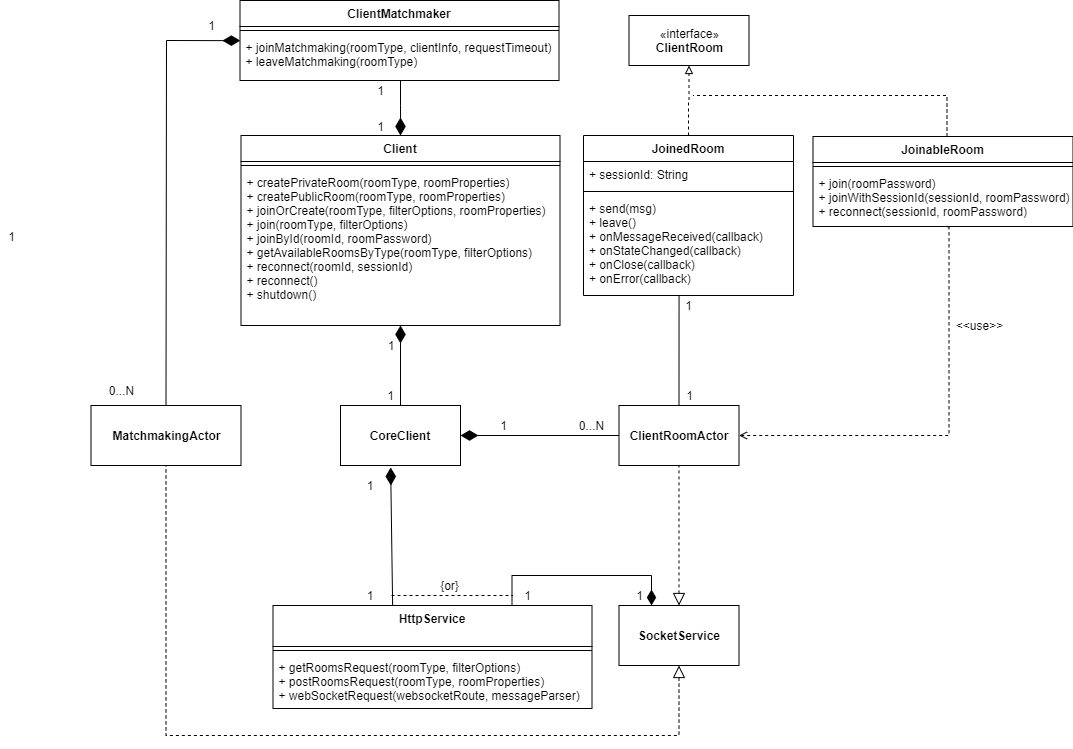
Before: doc/report/images/4-design/client_class.png, a diagram exported from draw.io (StefanoSalvatori/PPS-18-scala-omg). Source tidied: cells renumbered, new cells last; positions are measured from the earlier drawing's top-left corner, leaving out a move shared by most shapes.
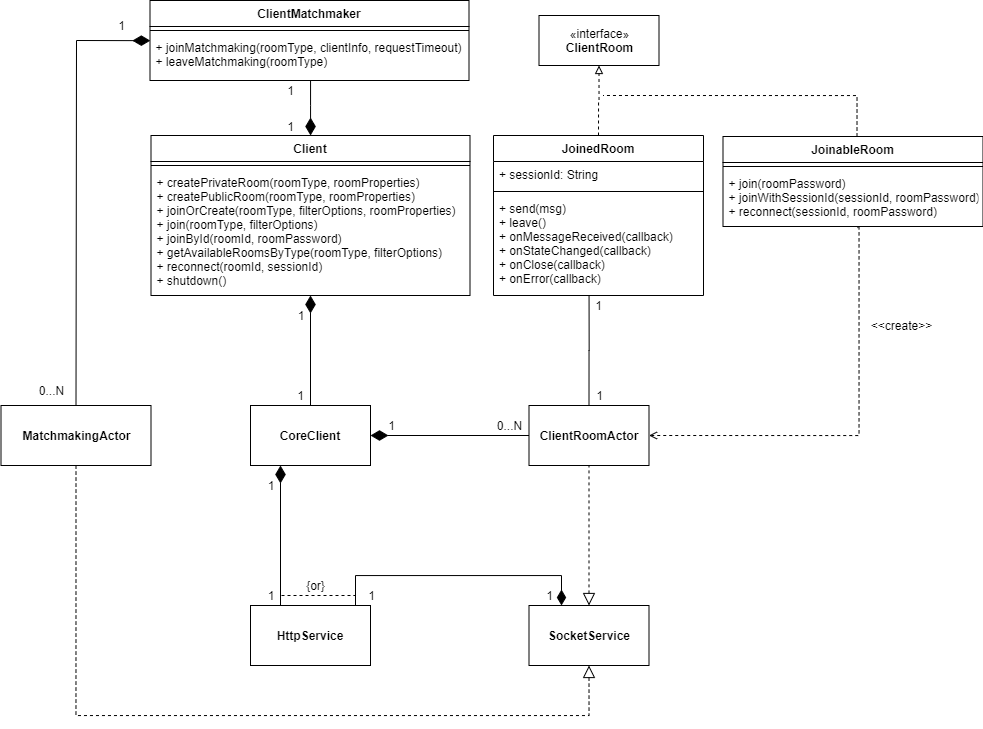
The same file after the commit.

Commit message:
client: architecture, design, room

Change to the diagram source:
```diff
@@ -34,11 +34,10 @@
     <mxCell id="8" value="&lt;b&gt;CoreClient&lt;/b&gt;" style="rounded=0;whiteSpace=wrap;html=1;" parent="1" vertex="1">
       <mxGeometry x="339" y="405" width="120" height="60" as="geometry" />
     </mxCell>
-    <mxCell id="9" style="edgeStyle=orthogonalEdgeStyle;rounded=0;jettySize=auto;html=1;exitX=0.75;exitY=0;exitDx=0;exitDy=0;endArrow=diamondThin;endFill=1;startSize=13;endSize=13;" parent="1" edge="1" target="22">
+    <mxCell id="9" style="edgeStyle=orthogonalEdgeStyle;rounded=0;jettySize=auto;html=1;exitX=0.75;exitY=0;exitDx=0;exitDy=0;endArrow=diamondThin;endFill=1;startSize=13;endSize=13;" parent="1" edge="1" source="41" target="22">
       <mxGeometry relative="1" as="geometry">
-        <mxPoint x="510.5" y="605" as="sourcePoint" />
         <Array as="points">
-          <mxPoint x="511" y="575" />
+          <mxPoint x="444" y="575" />
           <mxPoint x="650" y="575" />
         </Array>
       </mxGeometry>
@@ -62,10 +61,10 @@
       <mxGeometry relative="1" as="geometry" />
     </mxCell>
     <mxCell id="14" value="0...N" style="text;html=1;align=center;verticalAlign=middle;" parent="1" vertex="1">
-      <mxGeometry x="570" y="415" width="40" height="20" as="geometry" />
+      <mxGeometry x="577.5" y="415" width="40" height="20" as="geometry" />
     </mxCell>
     <mxCell id="15" value="1" style="text;html=1;align=center;verticalAlign=middle;" parent="1" vertex="1">
-      <mxGeometry x="492" y="415" width="20" height="20" as="geometry" />
+      <mxGeometry x="470" y="415" width="20" height="20" as="geometry" />
     </mxCell>
     <mxCell id="16" value="&lt;b&gt;MatchmakingActor&lt;/b&gt;" style="html=1;" parent="1" vertex="1">
       <mxGeometry x="89.5" y="405" width="150" height="60" as="geometry" />
@@ -73,8 +72,8 @@
     <mxCell id="17" style="edgeStyle=orthogonalEdgeStyle;rounded=0;jettySize=auto;html=1;entryX=0.5;entryY=1;entryDx=0;entryDy=0;startArrow=block;startFill=0;startSize=10;endArrow=none;endFill=0;endSize=13;strokeWidth=1;dashed=1;exitX=0.5;exitY=1;exitDx=0;exitDy=0;" parent="1" edge="1" source="22" target="16">
       <mxGeometry relative="1" as="geometry">
         <Array as="points">
-          <mxPoint x="678" y="735" />
-          <mxPoint x="165" y="735" />
+          <mxPoint x="678" y="715" />
+          <mxPoint x="164" y="715" />
         </Array>
       </mxGeometry>
     </mxCell>
@@ -96,37 +95,36 @@
       <mxGeometry x="617.5" y="605" width="120" height="60" as="geometry" />
     </mxCell>
     <mxCell id="23" value="1" style="text;html=1;align=center;verticalAlign=middle;" parent="1" vertex="1">
-      <mxGeometry x="515.5" y="585" width="20" height="20" as="geometry" />
+      <mxGeometry x="450" y="585" width="20" height="20" as="geometry" />
     </mxCell>
     <mxCell id="24" value="1" style="text;html=1;align=center;verticalAlign=middle;" parent="1" vertex="1">
       <mxGeometry x="627.5" y="585" width="20" height="20" as="geometry" />
     </mxCell>
-    <mxCell id="25" style="endArrow=none;dashed=1;html=1;" parent="1" edge="1">
+    <mxCell id="25" style="endArrow=none;dashed=1;html=1;exitX=0.75;exitY=0.5;exitDx=0;exitDy=0;exitPerimeter=0;" parent="1" edge="1" source="32">
       <mxGeometry relative="1" as="geometry">
-        <mxPoint x="390" y="595" as="sourcePoint" />
-        <mxPoint x="511.5" y="595" as="targetPoint" />
+        <mxPoint x="444" y="595" as="targetPoint" />
       </mxGeometry>
     </mxCell>
     <mxCell id="26" value="{or}" style="text;html=1;align=center;verticalAlign=middle;rotation=0;" parent="1" vertex="1">
-      <mxGeometry x="433" y="575" width="30" height="20" as="geometry" />
+      <mxGeometry x="389" y="575" width="30" height="20" as="geometry" />
     </mxCell>
     <mxCell id="27" style="endArrow=diamondThin;endFill=1;endSize=15;html=1;" parent="1" edge="1" source="8" target="40">
       <mxGeometry relative="1" as="geometry" />
     </mxCell>
     <mxCell id="28" value="1" style="text;html=1;strokeColor=none;fillColor=none;align=center;verticalAlign=middle;whiteSpace=wrap;rounded=0;" parent="1" vertex="1">
-      <mxGeometry x="374.5" y="335" width="30" height="20" as="geometry" />
+      <mxGeometry x="374.5" y="305" width="30" height="20" as="geometry" />
     </mxCell>
     <mxCell id="29" value="1" style="text;html=1;strokeColor=none;fillColor=none;align=center;verticalAlign=middle;whiteSpace=wrap;rounded=0;" parent="1" vertex="1">
       <mxGeometry x="380" y="385" width="19" height="20" as="geometry" />
     </mxCell>
-    <mxCell id="30" style="endArrow=diamondThin;endFill=1;endSize=15;html=1;exitX=0.375;exitY=0;exitDx=0;exitDy=0;entryX=0.418;entryY=1.033;entryDx=0;entryDy=0;entryPerimeter=0;exitPerimeter=0;" parent="1" edge="1" source="41" target="8">
+    <mxCell id="30" style="endArrow=diamondThin;endFill=1;endSize=15;html=1;exitX=0.25;exitY=0;exitDx=0;exitDy=0;entryX=0.25;entryY=1;entryDx=0;entryDy=0;" parent="1" edge="1" source="41" target="8">
       <mxGeometry relative="1" as="geometry" />
     </mxCell>
     <mxCell id="31" value="1" style="text;html=1;strokeColor=none;fillColor=none;align=center;verticalAlign=middle;whiteSpace=wrap;rounded=0;" parent="1" vertex="1">
-      <mxGeometry x="354" y="475" width="30" height="20" as="geometry" />
+      <mxGeometry x="344.5" y="475" width="30" height="20" as="geometry" />
     </mxCell>
     <mxCell id="32" value="1" style="text;html=1;strokeColor=none;fillColor=none;align=center;verticalAlign=middle;whiteSpace=wrap;rounded=0;" parent="1" vertex="1">
-      <mxGeometry x="349" y="585" width="40" height="20" as="geometry" />
+      <mxGeometry x="340" y="585" width="40" height="20" as="geometry" />
     </mxCell>
     <mxCell id="33" style="endArrow=none;html=1;startArrow=diamondThin;startFill=1;endSize=15;startSize=15;entryX=0.5;entryY=0;entryDx=0;entryDy=0;rounded=0;exitX=0.001;exitY=0.134;exitDx=0;exitDy=0;exitPerimeter=0;" parent="1" edge="1" source="21" target="16">
       <mxGeometry relative="1" as="geometry">
@@ -136,11 +134,8 @@
       </mxGeometry>
     </mxCell>
     <mxCell id="34" value="0...N" style="text;html=1;align=center;verticalAlign=middle;" parent="1" vertex="1">
-      <mxGeometry x="100" y="380" width="40" height="20" as="geometry" />
+      <mxGeometry x="120" y="380" width="40" height="20" as="geometry" />
     </mxCell>
-    <mxCell id="35" value="1" style="text;html=1;align=center;verticalAlign=middle;" parent="1" vertex="1">
-      <mxGeometry x="-0.5" y="226" width="20" height="20" as="geometry" />
-    </mxCell>
     <mxCell id="36" value="1" style="text;html=1;align=center;verticalAlign=middle;" parent="1" vertex="1">
       <mxGeometry x="677.5" y="385" width="20" height="20" as="geometry" />
     </mxCell>
@@ -148,25 +143,16 @@
       <mxGeometry x="677" y="295" width="20" height="20" as="geometry" />
     </mxCell>
     <mxCell id="38" value="Client" style="swimlane;fontStyle=1;align=center;verticalAlign=top;horizontal=1;startSize=26;" parent="1" vertex="1">
-      <mxGeometry x="239.5" y="135" width="319" height="190" as="geometry" />
+      <mxGeometry x="239.5" y="135" width="319" height="160" as="geometry" />
     </mxCell>
     <mxCell id="39" style="line;strokeWidth=1;fillColor=none;align=left;verticalAlign=middle;spacingTop=-1;spacingLeft=3;spacingRight=3;labelPosition=right;" parent="38" vertex="1">
       <mxGeometry y="26" width="319" height="8" as="geometry" />
     </mxCell>
-    <mxCell id="40" value="+ createPrivateRoom(roomType, roomProperties)&#10;+ createPublicRoom(roomType, roomProperties)&#10;+ joinOrCreate(roomType, filterOptions, roomProperties)&#10;+ join(roomType, filterOptions)&#10;+ joinById(roomId, roomPassword)&#10;+ getAvailableRoomsByType(roomType, filterOptions)&#10;+ reconnect(roomId, sessionId)&#10;+ reconnect()&#10;+ shutdown()" style="text;strokeColor=none;fillColor=none;align=left;verticalAlign=top;spacingLeft=4;spacingRight=4;overflow=hidden;points=[[0,0.5],[1,0.5]];portConstraint=eastwest;" parent="38" vertex="1">
-      <mxGeometry y="34" width="319" height="156" as="geometry" />
+    <mxCell id="40" value="+ createPrivateRoom(roomType, roomProperties)&#10;+ createPublicRoom(roomType, roomProperties)&#10;+ joinOrCreate(roomType, filterOptions, roomProperties)&#10;+ join(roomType, filterOptions)&#10;+ joinById(roomId, roomPassword)&#10;+ getAvailableRoomsByType(roomType, filterOptions)&#10;+ reconnect(roomId, sessionId)&#10;+ shutdown()" style="text;strokeColor=none;fillColor=none;align=left;verticalAlign=top;spacingLeft=4;spacingRight=4;overflow=hidden;points=[[0,0.5],[1,0.5]];portConstraint=eastwest;" parent="38" vertex="1">
+      <mxGeometry y="34" width="319" height="126" as="geometry" />
     </mxCell>
-    <mxCell id="41" value="HttpService" style="swimlane;fontStyle=1;align=center;verticalAlign=top;horizontal=1;startSize=41;" parent="1" vertex="1">
-      <mxGeometry x="271.5" y="605" width="319" height="103" as="geometry" />
-    </mxCell>
-    <mxCell id="42" style="line;strokeWidth=1;fillColor=none;align=left;verticalAlign=middle;spacingTop=-1;spacingLeft=3;spacingRight=3;labelPosition=right;" parent="41" vertex="1">
-      <mxGeometry y="41" width="319" height="8" as="geometry" />
-    </mxCell>
-    <mxCell id="43" value="+ getRoomsRequest(roomType, filterOptions)&#10;+ postRoomsRequest(roomType, roomProperties)&#10;+ webSocketRequest(websocketRoute, messageParser)" style="text;strokeColor=none;fillColor=none;align=left;verticalAlign=top;spacingLeft=4;spacingRight=4;overflow=hidden;" parent="41" vertex="1">
-      <mxGeometry y="49" width="319" height="54" as="geometry" />
-    </mxCell>
-    <mxCell id="44" value="&amp;lt;&amp;lt;use&amp;gt;&amp;gt;" style="text;html=1;align=center;verticalAlign=middle;" parent="1" vertex="1">
-      <mxGeometry x="947.5" y="315" width="60" height="20" as="geometry" />
+    <mxCell id="44" value="&amp;lt;&amp;lt;create&amp;gt;&amp;gt;" style="text;html=1;align=center;verticalAlign=middle;" parent="1" vertex="1">
+      <mxGeometry x="950" y="315" width="80" height="20" as="geometry" />
     </mxCell>
     <mxCell id="45" value="JoinedRoom" style="swimlane;fontStyle=1;align=center;verticalAlign=top;horizontal=1;startSize=26;" parent="1" vertex="1">
       <mxGeometry x="582" y="135" width="210" height="160" as="geometry" />
@@ -192,5 +178,8 @@
     <mxCell id="52" value="1" style="text;html=1;align=center;verticalAlign=middle;" parent="1" vertex="1">
       <mxGeometry x="200" y="15" width="20" height="20" as="geometry" />
     </mxCell>
+    <mxCell id="41" value="&lt;b&gt;HttpService&lt;/b&gt;" style="rounded=0;whiteSpace=wrap;html=1;" parent="1" vertex="1">
+      <mxGeometry x="339" y="605" width="120" height="60" as="geometry" />
+    </mxCell>
   </root>
 </mxGraphModel>
```
